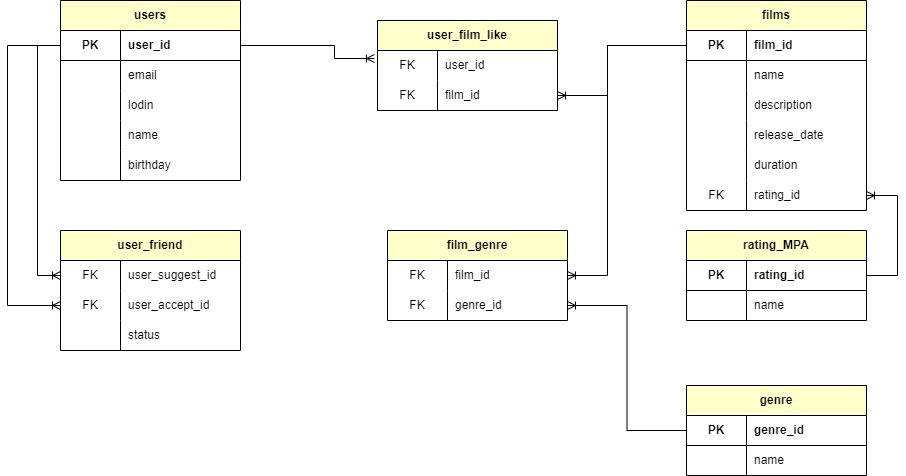
Before: DB_filmorate.png, a diagram exported from draw.io (maximboltinov/java-filmorate). Source tidied: cells renumbered, new cells last; positions are measured from the earlier drawing's top-left corner, leaving out a move shared by most shapes.
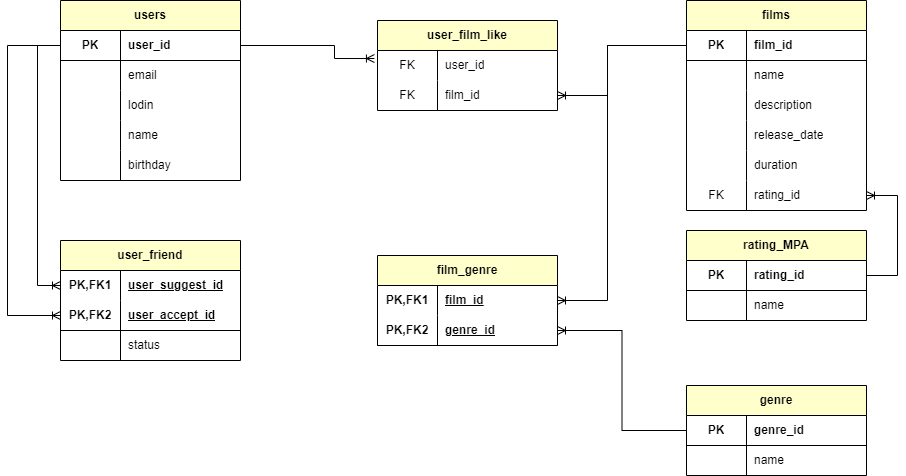
After the commit.

Commit message:
поправил диаграмму

The edit, as a diff of the source:
```diff
@@ -149,49 +149,19 @@
     <mxCell id="50" value="name" style="shape=partialRectangle;fillColor=none;top=0;left=0;bottom=0;right=0;align=left;spacingLeft=6;fontStyle=0;overflow=hidden;html=1;whiteSpace=wrap;" parent="48" vertex="1">
       <mxGeometry x="60" width="120" height="30" as="geometry" />
     </mxCell>
-    <mxCell id="51" value="user_friend" style="shape=table;startSize=30;rowLines=0;fontStyle=1;align=center;html=1;whiteSpace=wrap;fillColor=#FFFFCC;" parent="1" vertex="1">
-      <mxGeometry x="53" y="230" width="180" height="120" as="geometry" />
-    </mxCell>
-    <mxCell id="52" style="shape=tableRow;horizontal=0;startSize=0;swimlaneHead=0;swimlaneBody=0;fillColor=none;points=[[0,0.5],[1,0.5]];portConstraint=eastwest;top=0;left=0;right=0;bottom=0;" parent="51" vertex="1">
-      <mxGeometry y="30" width="180" height="30" as="geometry" />
-    </mxCell>
-    <mxCell id="53" value="FK" style="shape=partialRectangle;fillColor=none;top=0;left=0;bottom=0;right=0;fontStyle=0;overflow=hidden;whiteSpace=wrap;html=1;" parent="52" vertex="1">
-      <mxGeometry width="60" height="30" as="geometry" />
-    </mxCell>
-    <mxCell id="54" value="user_suggest_id" style="shape=partialRectangle;fillColor=none;top=0;left=0;bottom=0;right=0;align=left;spacingLeft=6;fontStyle=0;overflow=hidden;whiteSpace=wrap;html=1;" parent="52" vertex="1">
-      <mxGeometry x="60" width="120" height="30" as="geometry" />
-    </mxCell>
-    <mxCell id="55" style="shape=tableRow;horizontal=0;startSize=0;swimlaneHead=0;swimlaneBody=0;fillColor=none;points=[[0,0.5],[1,0.5]];portConstraint=eastwest;top=0;left=0;right=0;bottom=0;" parent="51" vertex="1">
-      <mxGeometry y="60" width="180" height="30" as="geometry" />
-    </mxCell>
-    <mxCell id="56" value="FK" style="shape=partialRectangle;fillColor=none;top=0;left=0;bottom=0;right=0;fontStyle=0;overflow=hidden;whiteSpace=wrap;html=1;" parent="55" vertex="1">
-      <mxGeometry width="60" height="30" as="geometry" />
-    </mxCell>
-    <mxCell id="57" value="user_accept_id" style="shape=partialRectangle;fillColor=none;top=0;left=0;bottom=0;right=0;align=left;spacingLeft=6;fontStyle=0;overflow=hidden;whiteSpace=wrap;html=1;" parent="55" vertex="1">
-      <mxGeometry x="60" width="120" height="30" as="geometry" />
-    </mxCell>
-    <mxCell id="58" style="shape=tableRow;horizontal=0;startSize=0;swimlaneHead=0;swimlaneBody=0;fillColor=none;top=0;left=0;right=0;bottom=0;" parent="51" vertex="1">
-      <mxGeometry y="90" width="180" height="30" as="geometry" />
-    </mxCell>
-    <mxCell id="59" style="shape=partialRectangle;fillColor=none;top=0;left=0;bottom=0;right=0;fontStyle=0;overflow=hidden;whiteSpace=wrap;html=1;" parent="58" vertex="1">
-      <mxGeometry width="60" height="30" as="geometry" />
-    </mxCell>
-    <mxCell id="60" value="status" style="shape=partialRectangle;fillColor=none;top=0;left=0;bottom=0;right=0;align=left;spacingLeft=6;fontStyle=0;overflow=hidden;whiteSpace=wrap;html=1;" parent="58" vertex="1">
-      <mxGeometry x="60" width="120" height="30" as="geometry" />
-    </mxCell>
-    <mxCell id="61" style="edgeStyle=orthogonalEdgeStyle;fontSize=12;html=1;endArrow=ERoneToMany;rounded=0;exitX=0;exitY=0.5;exitDx=0;exitDy=0;entryX=0;entryY=0.5;entryDx=0;entryDy=0;" parent="1" edge="1" source="3" target="52">
+    <mxCell id="61" style="edgeStyle=orthogonalEdgeStyle;fontSize=12;html=1;endArrow=ERoneToMany;rounded=0;exitX=0;exitY=0.5;exitDx=0;exitDy=0;entryX=0;entryY=0.5;entryDx=0;entryDy=0;" parent="1" edge="1" source="3" target="86">
       <mxGeometry relative="1" as="geometry">
         <Array as="points">
           <mxPoint x="30" y="45" />
-          <mxPoint x="30" y="275" />
+          <mxPoint x="30" y="285" />
         </Array>
       </mxGeometry>
     </mxCell>
-    <mxCell id="62" style="edgeStyle=orthogonalEdgeStyle;fontSize=12;html=1;endArrow=ERoneToMany;rounded=0;exitX=0;exitY=0.5;exitDx=0;exitDy=0;entryX=0;entryY=0.5;entryDx=0;entryDy=0;" parent="1" edge="1" source="3" target="55">
+    <mxCell id="62" style="edgeStyle=orthogonalEdgeStyle;fontSize=12;html=1;endArrow=ERoneToMany;rounded=0;exitX=0;exitY=0.5;exitDx=0;exitDy=0;entryX=0;entryY=0.5;entryDx=0;entryDy=0;" parent="1" edge="1" source="3" target="88">
       <mxGeometry relative="1" as="geometry">
         <Array as="points">
           <mxPoint y="45" />
-          <mxPoint y="305" />
+          <mxPoint y="315" />
         </Array>
       </mxGeometry>
     </mxCell>
@@ -239,37 +209,67 @@
         </Array>
       </mxGeometry>
     </mxCell>
-    <mxCell id="73" value="film_genre" style="shape=table;startSize=30;rowLines=0;fontStyle=1;align=center;html=1;whiteSpace=wrap;fillColor=#FFFFCC;" parent="1" vertex="1">
-      <mxGeometry x="380" y="230" width="180" height="90" as="geometry" />
-    </mxCell>
-    <mxCell id="74" style="shape=tableRow;horizontal=0;startSize=0;swimlaneHead=0;swimlaneBody=0;fillColor=none;points=[[0,0.5],[1,0.5]];portConstraint=eastwest;top=0;left=0;right=0;bottom=0;" parent="73" vertex="1">
-      <mxGeometry y="30" width="180" height="30" as="geometry" />
-    </mxCell>
-    <mxCell id="75" value="FK" style="shape=partialRectangle;fillColor=none;top=0;left=0;bottom=0;right=0;fontStyle=0;overflow=hidden;whiteSpace=wrap;html=1;" parent="74" vertex="1">
-      <mxGeometry width="60" height="30" as="geometry" />
-    </mxCell>
-    <mxCell id="76" value="film_id" style="shape=partialRectangle;fillColor=none;top=0;left=0;bottom=0;right=0;align=left;spacingLeft=6;fontStyle=0;overflow=hidden;whiteSpace=wrap;html=1;" parent="74" vertex="1">
-      <mxGeometry x="60" width="120" height="30" as="geometry" />
-    </mxCell>
-    <mxCell id="77" style="shape=tableRow;horizontal=0;startSize=0;swimlaneHead=0;swimlaneBody=0;fillColor=none;points=[[0,0.5],[1,0.5]];portConstraint=eastwest;top=0;left=0;right=0;bottom=0;" parent="73" vertex="1">
-      <mxGeometry y="60" width="180" height="30" as="geometry" />
-    </mxCell>
-    <mxCell id="78" value="FK" style="shape=partialRectangle;fillColor=none;top=0;left=0;bottom=0;right=0;fontStyle=0;overflow=hidden;whiteSpace=wrap;html=1;" parent="77" vertex="1">
-      <mxGeometry width="60" height="30" as="geometry" />
-    </mxCell>
-    <mxCell id="79" value="genre_id" style="shape=partialRectangle;fillColor=none;top=0;left=0;bottom=0;right=0;align=left;spacingLeft=6;fontStyle=0;overflow=hidden;whiteSpace=wrap;html=1;" parent="77" vertex="1">
-      <mxGeometry x="60" width="120" height="30" as="geometry" />
-    </mxCell>
-    <mxCell id="80" style="edgeStyle=orthogonalEdgeStyle;fontSize=12;html=1;endArrow=ERoneToMany;rounded=0;exitX=0;exitY=0.5;exitDx=0;exitDy=0;entryX=1;entryY=0.5;entryDx=0;entryDy=0;" parent="1" edge="1" source="38" target="77">
+    <mxCell id="80" style="edgeStyle=orthogonalEdgeStyle;fontSize=12;html=1;endArrow=ERoneToMany;rounded=0;exitX=0;exitY=0.5;exitDx=0;exitDy=0;entryX=1;entryY=0.5;entryDx=0;entryDy=0;" parent="1" edge="1" source="38" target="84">
       <mxGeometry relative="1" as="geometry" />
     </mxCell>
-    <mxCell id="81" style="edgeStyle=orthogonalEdgeStyle;fontSize=12;html=1;endArrow=ERoneToMany;rounded=0;entryX=1;entryY=0.5;entryDx=0;entryDy=0;exitX=0;exitY=0.5;exitDx=0;exitDy=0;" parent="1" edge="1" source="19" target="74">
+    <mxCell id="81" style="edgeStyle=orthogonalEdgeStyle;fontSize=12;html=1;endArrow=ERoneToMany;rounded=0;entryX=1;entryY=0.5;entryDx=0;entryDy=0;exitX=0;exitY=0.5;exitDx=0;exitDy=0;" parent="1" edge="1" source="19" target="82">
       <mxGeometry relative="1" as="geometry">
         <Array as="points">
           <mxPoint x="600" y="45" />
-          <mxPoint x="600" y="275" />
+          <mxPoint x="600" y="300" />
         </Array>
       </mxGeometry>
     </mxCell>
+    <mxCell id="73" value="film_genre" style="shape=table;startSize=30;rowLines=0;fontStyle=1;align=center;html=1;whiteSpace=wrap;fillColor=#FFFFCC;" parent="1" vertex="1">
+      <mxGeometry x="370" y="255" width="180" height="90" as="geometry" />
+    </mxCell>
+    <mxCell id="82" style="shape=tableRow;horizontal=0;startSize=0;swimlaneHead=0;swimlaneBody=0;fillColor=none;points=[[0,0.5],[1,0.5]];portConstraint=eastwest;top=0;left=0;right=0;bottom=0;html=1;" parent="73" vertex="1">
+      <mxGeometry y="30" width="180" height="30" as="geometry" />
+    </mxCell>
+    <mxCell id="83" value="PK,FK1" style="shape=partialRectangle;fillColor=none;top=0;left=0;bottom=0;right=0;fontStyle=1;overflow=hidden;html=1;whiteSpace=wrap;" parent="82" vertex="1">
+      <mxGeometry width="60" height="30" as="geometry" />
+    </mxCell>
+    <mxCell id="76" value="film_id" style="shape=partialRectangle;fillColor=none;top=0;left=0;bottom=0;right=0;align=left;spacingLeft=6;fontStyle=5;overflow=hidden;html=1;whiteSpace=wrap;" parent="82" vertex="1">
+      <mxGeometry x="60" width="120" height="30" as="geometry" />
+    </mxCell>
+    <mxCell id="84" style="shape=tableRow;horizontal=0;startSize=0;swimlaneHead=0;swimlaneBody=0;fillColor=none;points=[[0,0.5],[1,0.5]];portConstraint=eastwest;top=0;left=0;right=0;bottom=1;html=1;" parent="73" vertex="1">
+      <mxGeometry y="60" width="180" height="30" as="geometry" />
+    </mxCell>
+    <mxCell id="85" value="PK,FK2" style="shape=partialRectangle;fillColor=none;top=0;left=0;bottom=0;right=0;fontStyle=1;overflow=hidden;html=1;whiteSpace=wrap;" parent="84" vertex="1">
+      <mxGeometry width="60" height="30" as="geometry" />
+    </mxCell>
+    <mxCell id="79" value="genre_id" style="shape=partialRectangle;fillColor=none;top=0;left=0;bottom=0;right=0;align=left;spacingLeft=6;fontStyle=5;overflow=hidden;html=1;whiteSpace=wrap;" parent="84" vertex="1">
+      <mxGeometry x="60" width="120" height="30" as="geometry" />
+    </mxCell>
+    <mxCell id="51" value="user_friend" style="shape=table;startSize=30;rowLines=0;fontStyle=1;align=center;html=1;whiteSpace=wrap;fillColor=#FFFFCC;" parent="1" vertex="1">
+      <mxGeometry x="53" y="240" width="180" height="120" as="geometry" />
+    </mxCell>
+    <mxCell id="86" style="shape=tableRow;horizontal=0;startSize=0;swimlaneHead=0;swimlaneBody=0;fillColor=none;points=[[0,0.5],[1,0.5]];portConstraint=eastwest;top=0;left=0;right=0;bottom=0;html=1;" parent="51" vertex="1">
+      <mxGeometry y="30" width="180" height="30" as="geometry" />
+    </mxCell>
+    <mxCell id="87" value="PK,FK1" style="shape=partialRectangle;fillColor=none;top=0;left=0;bottom=0;right=0;fontStyle=1;overflow=hidden;html=1;whiteSpace=wrap;" parent="86" vertex="1">
+      <mxGeometry width="60" height="30" as="geometry" />
+    </mxCell>
+    <mxCell id="54" value="user_suggest_id" style="shape=partialRectangle;fillColor=none;top=0;left=0;bottom=0;right=0;align=left;spacingLeft=6;fontStyle=5;overflow=hidden;html=1;whiteSpace=wrap;" parent="86" vertex="1">
+      <mxGeometry x="60" width="120" height="30" as="geometry" />
+    </mxCell>
+    <mxCell id="88" style="shape=tableRow;horizontal=0;startSize=0;swimlaneHead=0;swimlaneBody=0;fillColor=none;points=[[0,0.5],[1,0.5]];portConstraint=eastwest;top=0;left=0;right=0;bottom=1;html=1;" parent="51" vertex="1">
+      <mxGeometry y="60" width="180" height="30" as="geometry" />
+    </mxCell>
+    <mxCell id="89" value="PK,FK2" style="shape=partialRectangle;fillColor=none;top=0;left=0;bottom=0;right=0;fontStyle=1;overflow=hidden;html=1;whiteSpace=wrap;" parent="88" vertex="1">
+      <mxGeometry width="60" height="30" as="geometry" />
+    </mxCell>
+    <mxCell id="57" value="user_accept_id" style="shape=partialRectangle;fillColor=none;top=0;left=0;bottom=0;right=0;align=left;spacingLeft=6;fontStyle=5;overflow=hidden;html=1;whiteSpace=wrap;" parent="88" vertex="1">
+      <mxGeometry x="60" width="120" height="30" as="geometry" />
+    </mxCell>
+    <mxCell id="90" style="shape=tableRow;horizontal=0;startSize=0;swimlaneHead=0;swimlaneBody=0;fillColor=none;top=0;left=0;right=0;bottom=0;html=1;" parent="51" vertex="1">
+      <mxGeometry y="90" width="180" height="30" as="geometry" />
+    </mxCell>
+    <mxCell id="91" style="shape=partialRectangle;fillColor=none;top=0;left=0;bottom=0;right=0;overflow=hidden;html=1;whiteSpace=wrap;" parent="90" vertex="1">
+      <mxGeometry width="60" height="30" as="geometry" />
+    </mxCell>
+    <mxCell id="60" value="status" style="shape=partialRectangle;fillColor=none;top=0;left=0;bottom=0;right=0;align=left;spacingLeft=6;overflow=hidden;html=1;whiteSpace=wrap;" parent="90" vertex="1">
+      <mxGeometry x="60" width="120" height="30" as="geometry" />
+    </mxCell>
   </root>
 </mxGraphModel>
```
